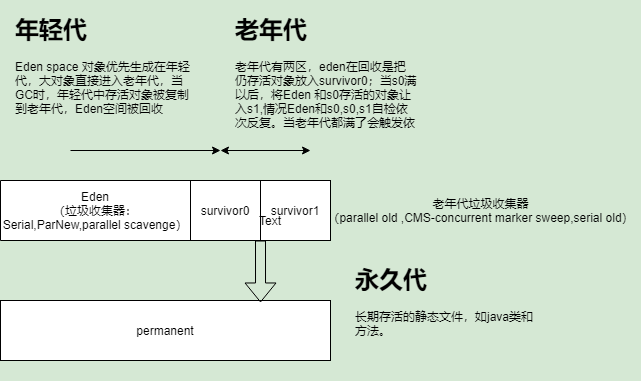
Above: Untitled Diagram.png in rao-l-p/mydream (draw.io), before the change. Source tidied: cells renumbered, new cells last; positions are measured from the earlier drawing's top-left corner, leaving out a move shared by most shapes. The source it was exported from:
```xml
<mxGraphModel background="#D5E8D4">
  <root>
    <mxCell id="0" />
    <mxCell id="1" parent="0" />
    <mxCell id="2" value="Eden&lt;br&gt;（垃圾收集器：Serial,ParNew,parallel scavenge）" style="rounded=0;whiteSpace=wrap;html=1;direction=west;" parent="1" vertex="1">
      <mxGeometry y="170" width="190" height="60" as="geometry" />
    </mxCell>
    <mxCell id="3" value="survivor0" style="rounded=0;whiteSpace=wrap;html=1;" parent="1" vertex="1">
      <mxGeometry x="190" y="170" width="70" height="60" as="geometry" />
    </mxCell>
    <mxCell id="4" value="survivor1" style="rounded=0;whiteSpace=wrap;html=1;" parent="1" vertex="1">
      <mxGeometry x="260" y="170" width="70" height="60" as="geometry" />
    </mxCell>
    <mxCell id="5" value="permanent" style="rounded=0;whiteSpace=wrap;html=1;" parent="1" vertex="1">
      <mxGeometry y="290" width="330" height="60" as="geometry" />
    </mxCell>
    <mxCell id="6" style="endArrow=classic;startArrow=classic;html=1;" parent="1" edge="1">
      <mxGeometry relative="1" as="geometry">
        <mxPoint x="220" y="140" as="sourcePoint" />
        <mxPoint x="310" y="140" as="targetPoint" />
      </mxGeometry>
    </mxCell>
    <mxCell id="7" style="shape=flexArrow;endArrow=classic;html=1;exitX=1;exitY=1;exitDx=0;exitDy=0;entryX=0.788;entryY=0.033;entryDx=0;entryDy=0;entryPerimeter=0;" parent="1" edge="1" source="3" target="5">
      <mxGeometry relative="1" as="geometry" />
    </mxCell>
    <mxCell id="8" style="endArrow=classic;html=1;" parent="1" edge="1">
      <mxGeometry relative="1" as="geometry">
        <mxPoint x="70" y="140" as="sourcePoint" />
        <mxPoint x="220" y="140" as="targetPoint" />
      </mxGeometry>
    </mxCell>
    <mxCell id="9" value="Text" style="text;html=1;strokeColor=none;fillColor=none;align=center;verticalAlign=middle;whiteSpace=wrap;rounded=0;" parent="1" vertex="1">
      <mxGeometry x="250" y="200" width="40" height="20" as="geometry" />
    </mxCell>
    <mxCell id="10" value="&lt;h1&gt;老年代&lt;/h1&gt;&lt;p&gt;老年代有两区，eden在回收是把仍存活对象放入survivor0；当s0满以后，将Eden&amp;nbsp;和s0存活的对象让入s1,情况Eden和s0,s0,s1自检依次反复。当老年代都满了会触发依次Major GC,Full GC&lt;/p&gt;" style="text;html=1;strokeColor=none;fillColor=none;spacing=5;spacingTop=-20;whiteSpace=wrap;overflow=hidden;rounded=0;" parent="1" vertex="1">
      <mxGeometry x="230" width="190" height="120" as="geometry" />
    </mxCell>
    <mxCell id="11" value="&lt;h1&gt;年轻代&lt;/h1&gt;&lt;p&gt;Eden&amp;nbsp;space&amp;nbsp;对象优先生成在年轻代，大对象直接进入老年代，当GC时，年轻代中存活对象被复制到老年代，Eden空间被回收&lt;/p&gt;" style="text;html=1;strokeColor=none;fillColor=none;spacing=5;spacingTop=-20;whiteSpace=wrap;overflow=hidden;rounded=0;" parent="1" vertex="1">
      <mxGeometry x="10" width="190" height="120" as="geometry" />
    </mxCell>
    <mxCell id="12" value="&lt;h1&gt;永久代&lt;/h1&gt;&lt;div&gt;长期存活的静态文件，如java类和方法。&lt;/div&gt;" style="text;html=1;strokeColor=none;fillColor=none;spacing=5;spacingTop=-20;whiteSpace=wrap;overflow=hidden;rounded=0;" parent="1" vertex="1">
      <mxGeometry x="350" y="250" width="190" height="120" as="geometry" />
    </mxCell>
    <mxCell id="13" value="老年代垃圾收集器&lt;br&gt;（parallel old ,CMS-concurrent marker sweep,serial old）" style="text;html=1;align=center;verticalAlign=middle;" parent="1" vertex="1">
      <mxGeometry x="320" y="185" width="320" height="30" as="geometry" />
    </mxCell>
  </root>
</mxGraphModel>
```
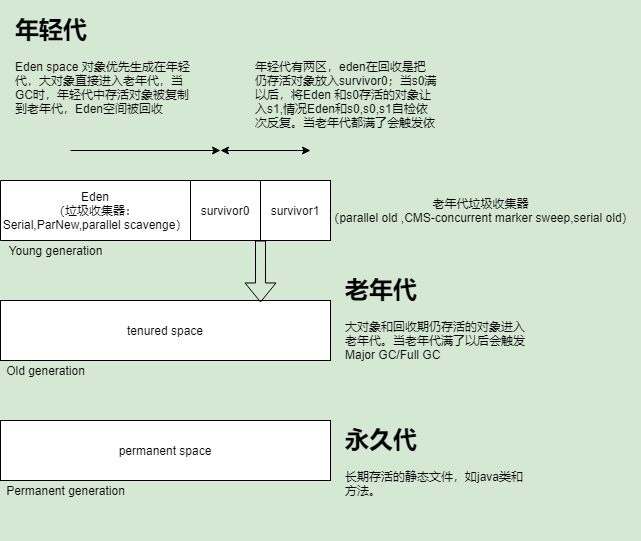
Later version of the same file.

The edit, as a diff of the source:
```diff
@@ -11,7 +11,7 @@
     <mxCell id="4" value="survivor1" style="rounded=0;whiteSpace=wrap;html=1;" parent="1" vertex="1">
       <mxGeometry x="260" y="170" width="70" height="60" as="geometry" />
     </mxCell>
-    <mxCell id="5" value="permanent" style="rounded=0;whiteSpace=wrap;html=1;" parent="1" vertex="1">
+    <mxCell id="5" value="tenured space" style="rounded=0;whiteSpace=wrap;html=1;" parent="1" vertex="1">
       <mxGeometry y="290" width="330" height="60" as="geometry" />
     </mxCell>
     <mxCell id="6" style="endArrow=classic;startArrow=classic;html=1;" parent="1" edge="1">
@@ -29,20 +29,32 @@
         <mxPoint x="220" y="140" as="targetPoint" />
       </mxGeometry>
     </mxCell>
-    <mxCell id="9" value="Text" style="text;html=1;strokeColor=none;fillColor=none;align=center;verticalAlign=middle;whiteSpace=wrap;rounded=0;" parent="1" vertex="1">
-      <mxGeometry x="250" y="200" width="40" height="20" as="geometry" />
-    </mxCell>
-    <mxCell id="10" value="&lt;h1&gt;老年代&lt;/h1&gt;&lt;p&gt;老年代有两区，eden在回收是把仍存活对象放入survivor0；当s0满以后，将Eden&amp;nbsp;和s0存活的对象让入s1,情况Eden和s0,s0,s1自检依次反复。当老年代都满了会触发依次Major GC,Full GC&lt;/p&gt;" style="text;html=1;strokeColor=none;fillColor=none;spacing=5;spacingTop=-20;whiteSpace=wrap;overflow=hidden;rounded=0;" parent="1" vertex="1">
-      <mxGeometry x="230" width="190" height="120" as="geometry" />
+    <mxCell id="10" value="&lt;h1&gt;&lt;br&gt;&lt;/h1&gt;&lt;p&gt;年轻代有两区，eden在回收是把仍存活对象放入survivor0；当s0满以后，将Eden&amp;nbsp;和s0存活的对象让入s1,情况Eden和s0,s0,s1自检依次反复。当老年代都满了会触发依次Major GC,Full GC&lt;/p&gt;" style="text;html=1;strokeColor=none;fillColor=none;spacing=5;spacingTop=-20;whiteSpace=wrap;overflow=hidden;rounded=0;" parent="1" vertex="1">
+      <mxGeometry x="250" width="190" height="120" as="geometry" />
     </mxCell>
     <mxCell id="11" value="&lt;h1&gt;年轻代&lt;/h1&gt;&lt;p&gt;Eden&amp;nbsp;space&amp;nbsp;对象优先生成在年轻代，大对象直接进入老年代，当GC时，年轻代中存活对象被复制到老年代，Eden空间被回收&lt;/p&gt;" style="text;html=1;strokeColor=none;fillColor=none;spacing=5;spacingTop=-20;whiteSpace=wrap;overflow=hidden;rounded=0;" parent="1" vertex="1">
       <mxGeometry x="10" width="190" height="120" as="geometry" />
     </mxCell>
     <mxCell id="12" value="&lt;h1&gt;永久代&lt;/h1&gt;&lt;div&gt;长期存活的静态文件，如java类和方法。&lt;/div&gt;" style="text;html=1;strokeColor=none;fillColor=none;spacing=5;spacingTop=-20;whiteSpace=wrap;overflow=hidden;rounded=0;" parent="1" vertex="1">
-      <mxGeometry x="350" y="250" width="190" height="120" as="geometry" />
+      <mxGeometry x="340" y="410" width="190" height="120" as="geometry" />
     </mxCell>
     <mxCell id="13" value="老年代垃圾收集器&lt;br&gt;（parallel old ,CMS-concurrent marker sweep,serial old）" style="text;html=1;align=center;verticalAlign=middle;" parent="1" vertex="1">
       <mxGeometry x="320" y="185" width="320" height="30" as="geometry" />
     </mxCell>
+    <mxCell id="14" value="permanent space" style="rounded=0;whiteSpace=wrap;html=1;" parent="1" vertex="1">
+      <mxGeometry y="410" width="330" height="60" as="geometry" />
+    </mxCell>
+    <mxCell id="15" value="Young generation" style="text;html=1;align=center;verticalAlign=middle;" parent="1" vertex="1">
+      <mxGeometry y="230" width="110" height="20" as="geometry" />
+    </mxCell>
+    <mxCell id="16" value="Old generation" style="text;html=1;align=center;verticalAlign=middle;" parent="1" vertex="1">
+      <mxGeometry y="350" width="90" height="20" as="geometry" />
+    </mxCell>
+    <mxCell id="17" value="Permanent generation" style="text;html=1;align=center;verticalAlign=middle;" parent="1" vertex="1">
+      <mxGeometry y="470" width="130" height="20" as="geometry" />
+    </mxCell>
+    <mxCell id="18" value="&lt;h1&gt;老年代&lt;/h1&gt;&lt;div&gt;大对象和回收期仍存活的对象进入老年代。当老年代满了以后会触发Major GC/Full GC&lt;/div&gt;&lt;div&gt;&lt;br&gt;&lt;/div&gt;" style="text;html=1;strokeColor=none;fillColor=none;spacing=5;spacingTop=-20;whiteSpace=wrap;overflow=hidden;rounded=0;" parent="1" vertex="1">
+      <mxGeometry x="340" y="260" width="190" height="120" as="geometry" />
+    </mxCell>
   </root>
 </mxGraphModel>
```
